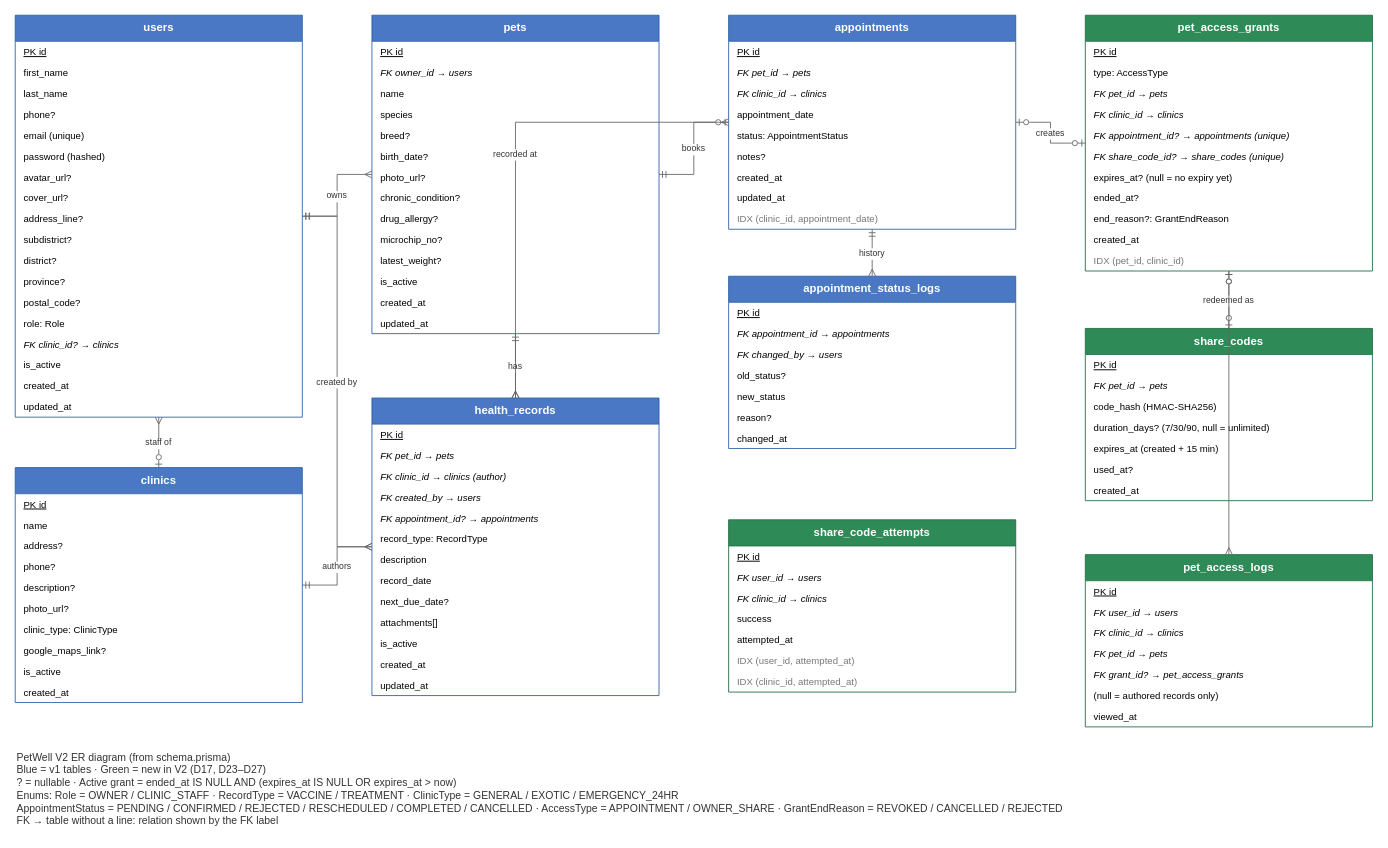
Earlier version of the draw.io diagram docs/PetWell_ERD.drawio (zernpany-fs/PetWell). Source tidied: cells renumbered, new cells numbered last; positions are measured from the earlier drawing's top-left corner, leaving out a move shared by most shapes. Both pictures are drawn from the tidied source at 87%, with x=0, y=0 at pixel (15, 15).
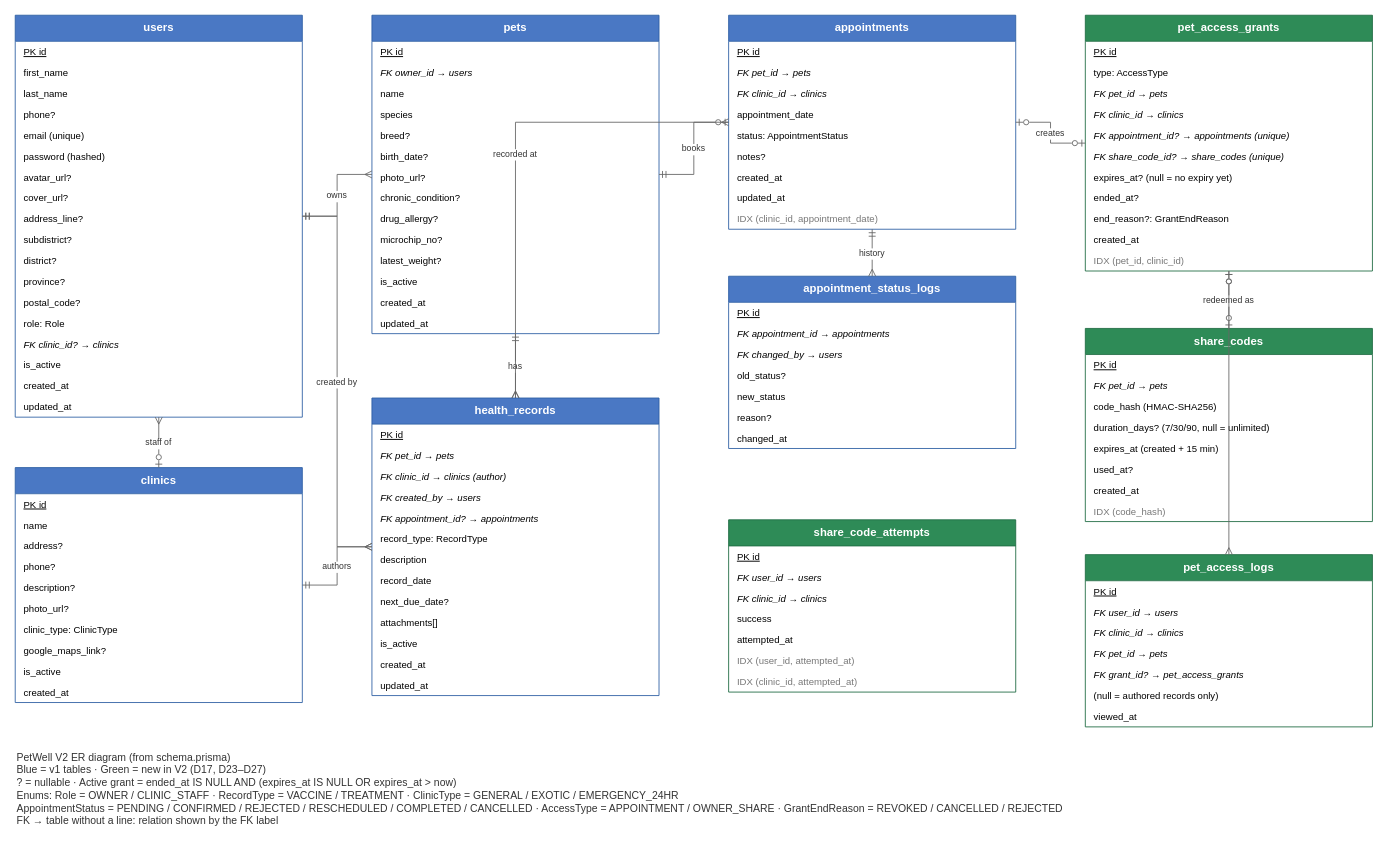
Above is the later version.

Commit message (it also covers changes not shown here):
docs: add code_hash index to ERD

Matches the @@index([codeHash]) on ShareCode in schema.prisma, used to
look up a share code when a clinic redeems it.

Claude-Session: https://claude.ai/code/session_014h4M4gK8UdcQsNCywaSHfm

Change to the diagram source:
```diff
@@
     <mxCell id="99" value="share_codes" style="swimlane;fontStyle=1;align=center;verticalAlign=top;horizontal=1;startSize=30;fillColor=#2E8B57;fontColor=#ffffff;strokeColor=#1F6B42;swimlaneFillColor=#ffffff;fontSize=13;" parent="1" vertex="1">
-      <mxGeometry x="1230" y="360" width="330" height="198" as="geometry" />
+      <mxGeometry x="1230" y="360" width="330" height="222" as="geometry" />
     </mxCell>
@@
+    <mxCell id="127" value="IDX (code_hash)" style="text;strokeColor=none;fillColor=none;align=left;verticalAlign=middle;spacingLeft=8;fontStyle=0;fontColor=#777777;fontSize=11;" parent="99" vertex="1">
+      <mxGeometry y="198" width="330" height="24" as="geometry" />
+    </mxCell>
```
